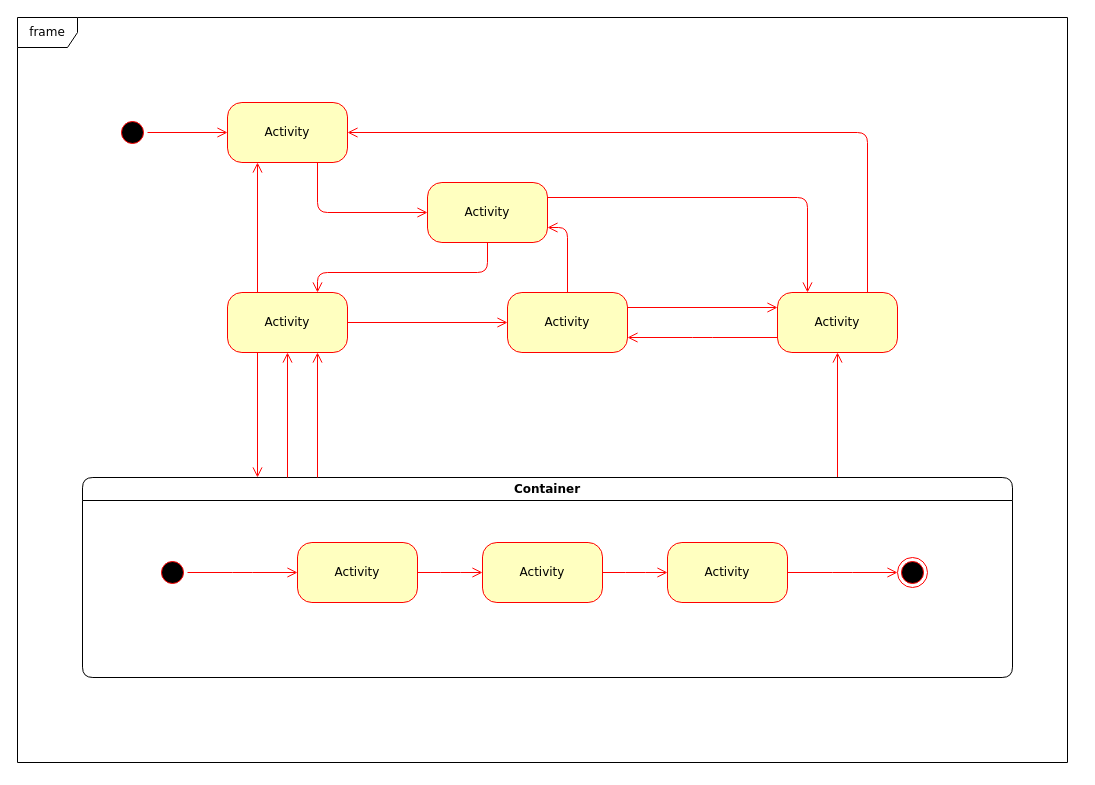
The draw.io diagram statediagram.drawio in anthony-som/usecase, before the edit. Source tidied: cells renumbered, new cells numbered last; positions are measured from the earlier drawing's top-left corner, leaving out a move shared by most shapes. Both pictures are drawn from the tidied source at 100%, with x=0, y=0 at pixel (17, 17).
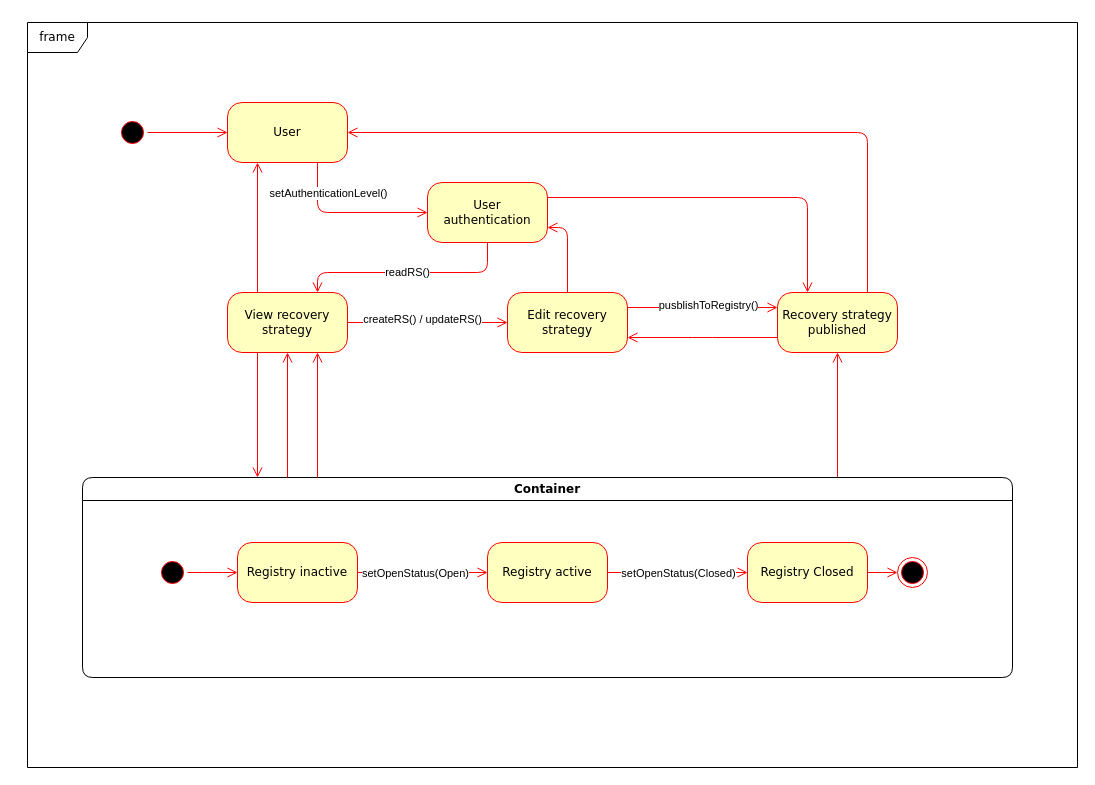
Above is the later version.

The change refers to these unchanged cells:
```xml
<mxCell id="12" value="Container" style="swimlane;whiteSpace=wrap;html=1;rounded=1;shadow=0;comic=0;labelBackgroundColor=none;strokeWidth=1;fontFamily=Verdana;fontSize=12;align=center;" parent="1" vertex="1">
  <mxGeometry x="65" y="460" width="930" height="200" as="geometry" />
</mxCell>
<mxCell id="13" style="edgeStyle=elbowEdgeStyle;html=1;labelBackgroundColor=none;endArrow=open;endSize=8;strokeColor=#ff0000;fontFamily=Verdana;fontSize=12;align=left;" parent="12" edge="1" source="14" target="19">
  <mxGeometry relative="1" as="geometry" />
</mxCell>
<mxCell id="17" style="ellipse;html=1;shape=startState;fillColor=#000000;strokeColor=#ff0000;rounded=1;shadow=0;comic=0;labelBackgroundColor=none;fontFamily=Verdana;fontSize=12;fontColor=#000000;align=center;direction=south;" parent="12" vertex="1">
  <mxGeometry x="75" y="80" width="30" height="30" as="geometry" />
</mxCell>
<mxCell id="18" style="edgeStyle=elbowEdgeStyle;html=1;labelBackgroundColor=none;endArrow=open;endSize=8;strokeColor=#ff0000;fontFamily=Verdana;fontSize=12;align=left;" parent="12" edge="1" source="19" target="21">
  <mxGeometry relative="1" as="geometry" />
</mxCell>
<mxCell id="24" style="edgeStyle=orthogonalEdgeStyle;html=1;labelBackgroundColor=none;endArrow=open;endSize=8;strokeColor=#ff0000;fontFamily=Verdana;fontSize=12;align=left;entryX=0;entryY=0.5;" parent="1" edge="1" source="4" target="6">
  <mxGeometry relative="1" as="geometry">
    <Array as="points">
      <mxPoint x="300" y="195" />
    </Array>
  </mxGeometry>
</mxCell>
<mxCell id="25" style="edgeStyle=orthogonalEdgeStyle;html=1;entryX=0.75;entryY=0;labelBackgroundColor=none;endArrow=open;endSize=8;strokeColor=#ff0000;fontFamily=Verdana;fontSize=12;align=left;exitX=0.5;exitY=1;" parent="1" edge="1" source="6" target="3">
  <mxGeometry relative="1" as="geometry">
    <Array as="points">
      <mxPoint x="470" y="255" />
      <mxPoint x="300" y="255" />
    </Array>
  </mxGeometry>
</mxCell>
<mxCell id="27" style="edgeStyle=orthogonalEdgeStyle;html=1;exitX=1;exitY=0.5;entryX=0;entryY=0.5;labelBackgroundColor=none;endArrow=open;endSize=8;strokeColor=#ff0000;fontFamily=Verdana;fontSize=12;align=left;" parent="1" edge="1" source="3" target="10">
  <mxGeometry relative="1" as="geometry" />
</mxCell>
<mxCell id="29" style="edgeStyle=orthogonalEdgeStyle;html=1;exitX=1;exitY=0.25;entryX=0;entryY=0.25;labelBackgroundColor=none;endArrow=open;endSize=8;strokeColor=#ff0000;fontFamily=Verdana;fontSize=12;align=left;" parent="1" edge="1" source="10" target="9">
  <mxGeometry relative="1" as="geometry" />
</mxCell>
```

Change to the diagram source:
```diff
@@
+    <mxCell id="22" value="frame" style="shape=umlFrame;whiteSpace=wrap;html=1;rounded=1;shadow=0;comic=0;labelBackgroundColor=none;strokeWidth=1;fontFamily=Verdana;fontSize=12;align=center;" parent="1" vertex="1">
+      <mxGeometry x="10" y="5" width="1050" height="745" as="geometry" />
+    </mxCell>
@@
-    <mxCell id="3" value="Activity" style="rounded=1;whiteSpace=wrap;html=1;arcSize=24;fillColor=#ffffc0;strokeColor=#ff0000;shadow=0;comic=0;labelBackgroundColor=none;fontFamily=Verdana;fontSize=12;fontColor=#000000;align=center;" parent="1" vertex="1">
+    <mxCell id="3" value="View recovery&lt;br&gt;strategy" style="rounded=1;whiteSpace=wrap;html=1;arcSize=24;fillColor=#ffffc0;strokeColor=#ff0000;shadow=0;comic=0;labelBackgroundColor=none;fontFamily=Verdana;fontSize=12;fontColor=#000000;align=center;" parent="1" vertex="1">
       <mxGeometry x="210" y="275" width="120" height="60" as="geometry" />
     </mxCell>
-    <mxCell id="4" value="Activity" style="rounded=1;whiteSpace=wrap;html=1;arcSize=24;fillColor=#ffffc0;strokeColor=#ff0000;shadow=0;comic=0;labelBackgroundColor=none;fontFamily=Verdana;fontSize=12;fontColor=#000000;align=center;" parent="1" vertex="1">
+    <mxCell id="4" value="User" style="rounded=1;whiteSpace=wrap;html=1;arcSize=24;fillColor=#ffffc0;strokeColor=#ff0000;shadow=0;comic=0;labelBackgroundColor=none;fontFamily=Verdana;fontSize=12;fontColor=#000000;align=center;" parent="1" vertex="1">
       <mxGeometry x="210" y="85" width="120" height="60" as="geometry" />
     </mxCell>
@@
-    <mxCell id="6" value="Activity" style="rounded=1;whiteSpace=wrap;html=1;arcSize=24;fillColor=#ffffc0;strokeColor=#ff0000;shadow=0;comic=0;labelBackgroundColor=none;fontFamily=Verdana;fontSize=12;fontColor=#000000;align=center;" parent="1" vertex="1">
+    <mxCell id="6" value="User &lt;br&gt;authentication" style="rounded=1;whiteSpace=wrap;html=1;arcSize=24;fillColor=#ffffc0;strokeColor=#ff0000;shadow=0;comic=0;labelBackgroundColor=none;fontFamily=Verdana;fontSize=12;fontColor=#000000;align=center;" parent="1" vertex="1">
       <mxGeometry x="410" y="165" width="120" height="60" as="geometry" />
     </mxCell>
@@
-    <mxCell id="9" value="Activity" style="rounded=1;whiteSpace=wrap;html=1;arcSize=24;fillColor=#ffffc0;strokeColor=#ff0000;shadow=0;comic=0;labelBackgroundColor=none;fontFamily=Verdana;fontSize=12;fontColor=#000000;align=center;" parent="1" vertex="1">
+    <mxCell id="9" value="Recovery strategy&lt;br&gt;published" style="rounded=1;whiteSpace=wrap;html=1;arcSize=24;fillColor=#ffffc0;strokeColor=#ff0000;shadow=0;comic=0;labelBackgroundColor=none;fontFamily=Verdana;fontSize=12;fontColor=#000000;align=center;" parent="1" vertex="1">
       <mxGeometry x="760" y="275" width="120" height="60" as="geometry" />
     </mxCell>
-    <mxCell id="10" value="Activity" style="rounded=1;whiteSpace=wrap;html=1;arcSize=24;fillColor=#ffffc0;strokeColor=#ff0000;shadow=0;comic=0;labelBackgroundColor=none;fontFamily=Verdana;fontSize=12;fontColor=#000000;align=center;" parent="1" vertex="1">
+    <mxCell id="10" value="Edit recovery&lt;br&gt;strategy" style="rounded=1;whiteSpace=wrap;html=1;arcSize=24;fillColor=#ffffc0;strokeColor=#ff0000;shadow=0;comic=0;labelBackgroundColor=none;fontFamily=Verdana;fontSize=12;fontColor=#000000;align=center;" parent="1" vertex="1">
       <mxGeometry x="490" y="275" width="120" height="60" as="geometry" />
     </mxCell>
@@
+    <mxCell id="33" value="setOpenStatus(Open)" style="edgeLabel;html=1;align=center;verticalAlign=middle;" parent="13" vertex="1">
+      <mxGeometry x="-0.22" y="-1" relative="1" as="geometry">
+        <mxPoint x="6" y="-1" as="offset" />
+      </mxGeometry>
+    </mxCell>
-    <mxCell id="14" value="Activity" style="rounded=1;whiteSpace=wrap;html=1;arcSize=24;fillColor=#ffffc0;strokeColor=#ff0000;shadow=0;comic=0;labelBackgroundColor=none;fontFamily=Verdana;fontSize=12;fontColor=#000000;align=center;" parent="12" vertex="1">
-      <mxGeometry x="215" y="65" width="120" height="60" as="geometry" />
+    <mxCell id="14" value="Registry inactive" style="rounded=1;whiteSpace=wrap;html=1;arcSize=24;fillColor=#ffffc0;strokeColor=#ff0000;shadow=0;comic=0;labelBackgroundColor=none;fontFamily=Verdana;fontSize=12;fontColor=#000000;align=center;" parent="12" vertex="1">
+      <mxGeometry x="155" y="65" width="120" height="60" as="geometry" />
     </mxCell>
@@
-    <mxCell id="16" style="edgeStyle=elbowEdgeStyle;html=1;labelBackgroundColor=none;endArrow=open;endSize=8;strokeColor=#ff0000;fontFamily=Verdana;fontSize=12;align=left;" parent="12" edge="1" source="17" target="14">
+    <mxCell id="16" style="edgeStyle=elbowEdgeStyle;html=1;labelBackgroundColor=none;endArrow=open;endSize=8;strokeColor=#ff0000;fontFamily=Verdana;fontSize=12;align=left;elbow=vertical;" parent="12" edge="1" source="17" target="14">
       <mxGeometry relative="1" as="geometry" />
     </mxCell>
@@
+    <mxCell id="34" value="setOpenStatus(Closed)" style="edgeLabel;html=1;align=center;verticalAlign=middle;" parent="18" vertex="1">
+      <mxGeometry x="-0.2" y="-1" relative="1" as="geometry">
+        <mxPoint x="14" y="-1" as="offset" />
+      </mxGeometry>
+    </mxCell>
-    <mxCell id="19" value="Activity" style="rounded=1;whiteSpace=wrap;html=1;arcSize=24;fillColor=#ffffc0;strokeColor=#ff0000;shadow=0;comic=0;labelBackgroundColor=none;fontFamily=Verdana;fontSize=12;fontColor=#000000;align=center;" parent="12" vertex="1">
-      <mxGeometry x="400" y="65" width="120" height="60" as="geometry" />
+    <mxCell id="19" value="Registry active" style="rounded=1;whiteSpace=wrap;html=1;arcSize=24;fillColor=#ffffc0;strokeColor=#ff0000;shadow=0;comic=0;labelBackgroundColor=none;fontFamily=Verdana;fontSize=12;fontColor=#000000;align=center;" parent="12" vertex="1">
+      <mxGeometry x="405" y="65" width="120" height="60" as="geometry" />
     </mxCell>
@@
-    <mxCell id="21" value="Activity" style="rounded=1;whiteSpace=wrap;html=1;arcSize=24;fillColor=#ffffc0;strokeColor=#ff0000;shadow=0;comic=0;labelBackgroundColor=none;fontFamily=Verdana;fontSize=12;fontColor=#000000;align=center;" parent="12" vertex="1">
-      <mxGeometry x="585" y="65" width="120" height="60" as="geometry" />
+    <mxCell id="21" value="Registry Closed" style="rounded=1;whiteSpace=wrap;html=1;arcSize=24;fillColor=#ffffc0;strokeColor=#ff0000;shadow=0;comic=0;labelBackgroundColor=none;fontFamily=Verdana;fontSize=12;fontColor=#000000;align=center;" parent="12" vertex="1">
+      <mxGeometry x="665" y="65" width="120" height="60" as="geometry" />
     </mxCell>
-    <mxCell id="22" value="frame" style="shape=umlFrame;whiteSpace=wrap;html=1;rounded=1;shadow=0;comic=0;labelBackgroundColor=none;strokeWidth=1;fontFamily=Verdana;fontSize=12;align=center;" parent="1" vertex="1">
-      <mxGeometry width="1050" height="745" as="geometry" />
-    </mxCell>
@@
+    <mxCell id="35" value="setAuthenticationLevel()" style="edgeLabel;html=1;align=center;verticalAlign=middle;" parent="24" vertex="1">
+      <mxGeometry x="-0.61" y="2" relative="1" as="geometry">
+        <mxPoint x="8" y="-1" as="offset" />
+      </mxGeometry>
+    </mxCell>
@@
+    <mxCell id="36" value="readRS()" style="edgeLabel;html=1;align=center;verticalAlign=middle;" parent="25" vertex="1">
+      <mxGeometry x="-0.05" y="-1" relative="1" as="geometry">
+        <mxPoint x="-6" as="offset" />
+      </mxGeometry>
+    </mxCell>
@@
+    <mxCell id="37" value="createRS() / updateRS()" style="edgeLabel;html=1;align=center;verticalAlign=middle;" parent="27" vertex="1">
+      <mxGeometry x="-0.07" y="4" relative="1" as="geometry" />
+    </mxCell>
@@
+    <mxCell id="38" value="pusblishToRegistry()" style="edgeLabel;html=1;align=center;verticalAlign=middle;" parent="29" vertex="1">
+      <mxGeometry x="-0.12" y="3" relative="1" as="geometry">
+        <mxPoint x="14" as="offset" />
+      </mxGeometry>
+    </mxCell>
```
